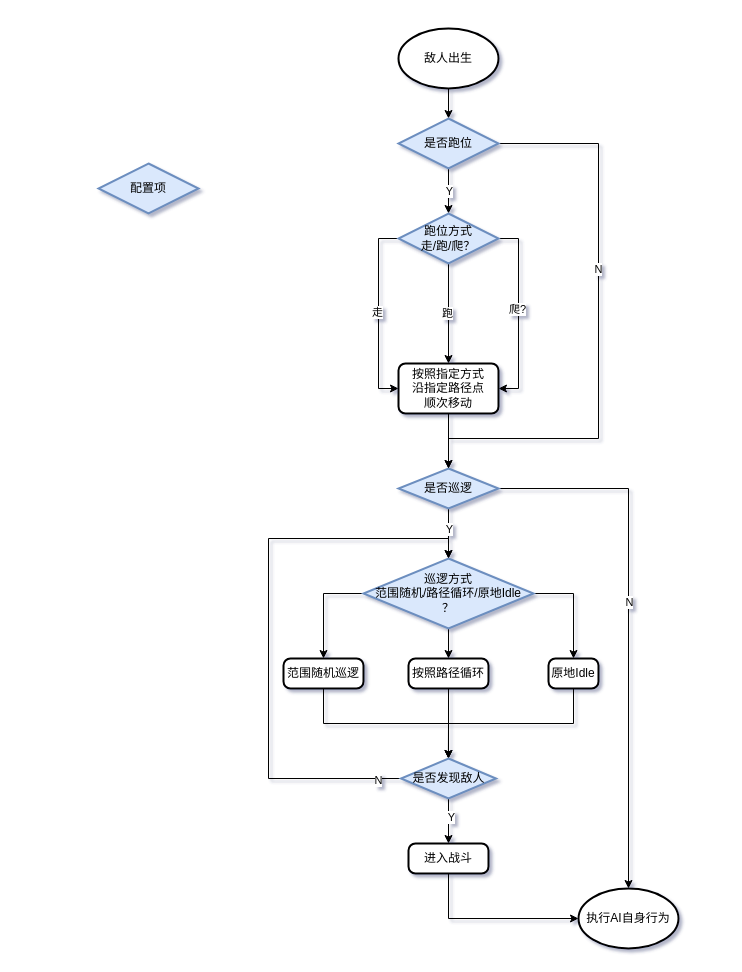
Above: 敌人路径指定.drawio in LittleTrain0321/15150400109Wy (draw.io), before the change. Source tidied: cells renumbered, new cells numbered last; positions are measured from the earlier drawing's top-left corner, leaving out a move shared by most shapes. Both pictures are drawn from the tidied source at 100%, with x=0, y=0 at pixel (98, 28).
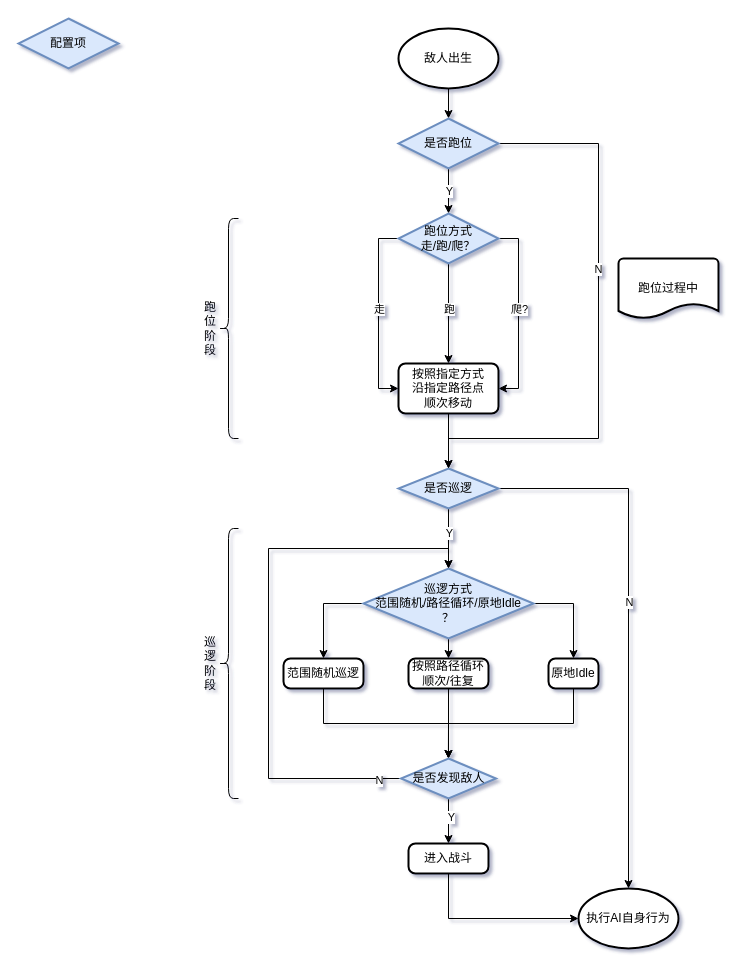
Above is the later version.

Commit message:
更新敌人路径指定.drawio

Unchanged cells that the change refers to:
```xml
<mxCell id="16" style="edgeStyle=orthogonalEdgeStyle;rounded=0;jettySize=auto;html=1;exitX=0;exitY=0.5;exitDx=0;exitDy=0;exitPerimeter=0;entryX=0;entryY=0.5;entryDx=0;entryDy=0;" parent="1" edge="1" source="22" target="15">
  <mxGeometry relative="1" as="geometry" />
</mxCell>
<mxCell id="18" style="edgeStyle=orthogonalEdgeStyle;rounded=0;jettySize=auto;html=1;exitX=0.5;exitY=1;exitDx=0;exitDy=0;exitPerimeter=0;entryX=0.5;entryY=0;entryDx=0;entryDy=0;" parent="1" edge="1" source="22" target="15">
  <mxGeometry relative="1" as="geometry" />
</mxCell>
<mxCell id="20" style="edgeStyle=orthogonalEdgeStyle;rounded=0;jettySize=auto;html=1;exitX=1;exitY=0.5;exitDx=0;exitDy=0;exitPerimeter=0;entryX=1;entryY=0.5;entryDx=0;entryDy=0;" parent="1" edge="1" source="22" target="15">
  <mxGeometry relative="1" as="geometry" />
</mxCell>
<mxCell id="39" value="是否发现敌人" style="strokeWidth=2;html=1;shape=mxgraph.flowchart.decision;whiteSpace=wrap;fillColor=#dae8fc;strokeColor=#6c8ebf;" parent="1" vertex="1">
  <mxGeometry x="302.5" y="730" width="95" height="40" as="geometry" />
</mxCell>
```

What changed in the source:
```diff
@@
     <mxCell id="17" value="走" style="edgeLabel;html=1;align=center;verticalAlign=middle;" parent="16" vertex="1">
-      <mxGeometry x="-0.02" y="-2" relative="1" as="geometry" />
+      <mxGeometry relative="1" as="geometry">
+        <mxPoint y="-5" as="offset" />
+      </mxGeometry>
     </mxCell>
@@
     <mxCell id="19" value="跑" style="edgeLabel;html=1;align=center;verticalAlign=middle;" parent="18" vertex="1">
-      <mxGeometry x="-0.02" y="-2" relative="1" as="geometry" />
+      <mxGeometry relative="1" as="geometry">
+        <mxPoint y="-5" as="offset" />
+      </mxGeometry>
     </mxCell>
@@
     <mxCell id="21" value="爬?" style="edgeLabel;html=1;align=center;verticalAlign=middle;" parent="20" vertex="1">
-      <mxGeometry x="0.04" y="-2" relative="1" as="geometry">
-        <mxPoint y="-9" as="offset" />
+      <mxGeometry relative="1" as="geometry">
+        <mxPoint y="-5" as="offset" />
       </mxGeometry>
     </mxCell>
@@
     <mxCell id="23" value="配置项" style="strokeWidth=2;html=1;shape=mxgraph.flowchart.decision;whiteSpace=wrap;fillColor=#dae8fc;strokeColor=#6c8ebf;" parent="1" vertex="1">
-      <mxGeometry y="135" width="100" height="50" as="geometry" />
+      <mxGeometry x="-80" y="-10" width="100" height="50" as="geometry" />
     </mxCell>
@@
     <mxCell id="27" value="巡逻方式&lt;br&gt;范围随机/路径循环/原地Idle&lt;br&gt;？" style="strokeWidth=2;html=1;shape=mxgraph.flowchart.decision;whiteSpace=wrap;fillColor=#dae8fc;strokeColor=#6c8ebf;" parent="1" vertex="1">
-      <mxGeometry x="265" y="530" width="170" height="70" as="geometry" />
+      <mxGeometry x="265" y="540" width="170" height="70" as="geometry" />
     </mxCell>
@@
-    <mxCell id="32" value="按照路径循环" style="rounded=1;whiteSpace=wrap;html=1;absoluteArcSize=1;arcSize=14;strokeWidth=2;" parent="1" vertex="1">
+    <mxCell id="32" value="按照路径循环&lt;br&gt;顺次/往复" style="rounded=1;whiteSpace=wrap;html=1;absoluteArcSize=1;arcSize=14;strokeWidth=2;" parent="1" vertex="1">
       <mxGeometry x="310" y="630" width="80" height="30" as="geometry" />
     </mxCell>
@@
     <mxCell id="37" style="edgeStyle=orthogonalEdgeStyle;rounded=0;jettySize=auto;html=1;exitX=0;exitY=0.5;exitDx=0;exitDy=0;exitPerimeter=0;entryX=0.5;entryY=0;entryDx=0;entryDy=0;entryPerimeter=0;" parent="1" edge="1" source="39" target="27">
       <mxGeometry relative="1" as="geometry">
         <Array as="points">
           <mxPoint x="170" y="750" />
-          <mxPoint x="170" y="510" />
-          <mxPoint x="350" y="510" />
+          <mxPoint x="170" y="520" />
+          <mxPoint x="350" y="520" />
         </Array>
       </mxGeometry>
     </mxCell>
@@
+    <mxCell id="42" value="跑位阶段" style="shape=curlyBracket;whiteSpace=wrap;html=1;rounded=1;labelPosition=left;verticalLabelPosition=middle;align=right;verticalAlign=middle;" parent="1" vertex="1">
+      <mxGeometry x="120" y="190" width="20" height="220" as="geometry" />
+    </mxCell>
+    <mxCell id="43" value="巡逻阶段" style="shape=curlyBracket;whiteSpace=wrap;html=1;rounded=1;labelPosition=left;verticalLabelPosition=middle;align=right;verticalAlign=middle;" parent="1" vertex="1">
+      <mxGeometry x="120" y="500" width="20" height="270" as="geometry" />
+    </mxCell>
+    <mxCell id="44" value="跑位过程中" style="strokeWidth=2;html=1;shape=mxgraph.flowchart.document2;whiteSpace=wrap;size=0.25;" parent="1" vertex="1">
+      <mxGeometry x="520" y="230" width="100" height="60" as="geometry" />
+    </mxCell>
```
